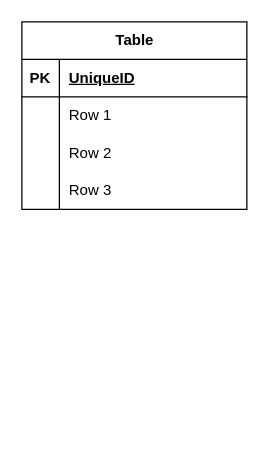
This is docs/library.drawio from jvrss/library_backend, a draw.io file, before an edit. Source tidied: cells renumbered, new cells numbered last; positions are measured from the earlier drawing's top-left corner, leaving out a move shared by most shapes. Both pictures are drawn from the tidied source at 125%, with x=0, y=0 at pixel (21, 21).
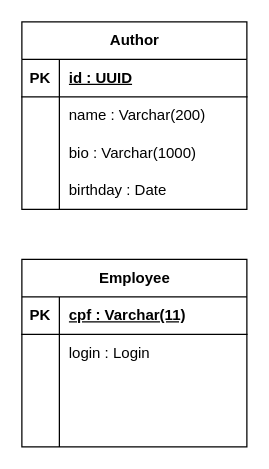
After the change.

The change refers to these unchanged cells:
```xml
<mxCell id="3" style="shape=tableRow;horizontal=0;startSize=0;swimlaneHead=0;swimlaneBody=0;fillColor=none;top=0;left=0;right=0;bottom=1;" parent="2" vertex="1">
  <mxGeometry y="30" width="180" height="30" as="geometry" />
</mxCell>
<mxCell id="6" style="shape=tableRow;horizontal=0;startSize=0;swimlaneHead=0;swimlaneBody=0;fillColor=none;top=0;left=0;right=0;bottom=0;" parent="2" vertex="1">
  <mxGeometry y="60" width="180" height="30" as="geometry" />
</mxCell>
<mxCell id="9" style="shape=tableRow;horizontal=0;startSize=0;swimlaneHead=0;swimlaneBody=0;fillColor=none;top=0;left=0;right=0;bottom=0;" parent="2" vertex="1">
  <mxGeometry y="90" width="180" height="30" as="geometry" />
</mxCell>
<mxCell id="12" style="shape=tableRow;horizontal=0;startSize=0;swimlaneHead=0;swimlaneBody=0;fillColor=none;top=0;left=0;right=0;bottom=0;" parent="2" vertex="1">
  <mxGeometry y="120" width="180" height="30" as="geometry" />
</mxCell>
```

Diff of the diagram source:
```diff
@@
-    <mxCell id="2" value="Table" style="shape=table;startSize=30;childLayout=tableLayout;rowLines=0;fontStyle=1;align=center;html=1;" parent="1" vertex="1">
+    <mxCell id="2" value="Author" style="shape=table;startSize=30;childLayout=tableLayout;rowLines=0;fontStyle=1;align=center;html=1;" parent="1" vertex="1">
       <mxGeometry width="180" height="150" as="geometry" />
     </mxCell>
@@
-    <mxCell id="5" value="UniqueID" style="shape=partialRectangle;fillColor=none;top=0;left=0;bottom=0;right=0;align=left;spacingLeft=6;fontStyle=5;overflow=hidden;whiteSpace=wrap;html=1;" parent="3" vertex="1">
+    <mxCell id="5" value="id : UUID" style="shape=partialRectangle;fillColor=none;top=0;left=0;bottom=0;right=0;align=left;spacingLeft=6;fontStyle=5;overflow=hidden;whiteSpace=wrap;html=1;" parent="3" vertex="1">
       <mxGeometry x="30" width="150" height="30" as="geometry" />
     </mxCell>
@@
-    <mxCell id="8" value="Row 1" style="shape=partialRectangle;fillColor=none;top=0;left=0;bottom=0;right=0;align=left;spacingLeft=6;overflow=hidden;whiteSpace=wrap;html=1;" parent="6" vertex="1">
+    <mxCell id="8" value="name : Varchar(200)" style="shape=partialRectangle;fillColor=none;top=0;left=0;bottom=0;right=0;align=left;spacingLeft=6;overflow=hidden;whiteSpace=wrap;html=1;" parent="6" vertex="1">
       <mxGeometry x="30" width="150" height="30" as="geometry" />
     </mxCell>
@@
-    <mxCell id="11" value="Row 2" style="shape=partialRectangle;fillColor=none;top=0;left=0;bottom=0;right=0;align=left;spacingLeft=6;overflow=hidden;whiteSpace=wrap;html=1;" parent="9" vertex="1">
+    <mxCell id="11" value="bio : Varchar(1000)" style="shape=partialRectangle;fillColor=none;top=0;left=0;bottom=0;right=0;align=left;spacingLeft=6;overflow=hidden;whiteSpace=wrap;html=1;" parent="9" vertex="1">
       <mxGeometry x="30" width="150" height="30" as="geometry" />
     </mxCell>
@@
-    <mxCell id="14" value="Row 3" style="shape=partialRectangle;fillColor=none;top=0;left=0;bottom=0;right=0;align=left;spacingLeft=6;overflow=hidden;whiteSpace=wrap;html=1;" parent="12" vertex="1">
+    <mxCell id="14" value="birthday : Date" style="shape=partialRectangle;fillColor=none;top=0;left=0;bottom=0;right=0;align=left;spacingLeft=6;overflow=hidden;whiteSpace=wrap;html=1;" parent="12" vertex="1">
       <mxGeometry x="30" width="150" height="30" as="geometry" />
     </mxCell>
+    <mxCell id="15" value="Employee" style="shape=table;startSize=30;childLayout=tableLayout;rowLines=0;fontStyle=1;align=center;html=1;" parent="1" vertex="1">
+      <mxGeometry y="190" width="180" height="150" as="geometry" />
+    </mxCell>
+    <mxCell id="16" style="shape=tableRow;horizontal=0;startSize=0;swimlaneHead=0;swimlaneBody=0;fillColor=none;top=0;left=0;right=0;bottom=1;" parent="15" vertex="1">
+      <mxGeometry y="30" width="180" height="30" as="geometry" />
+    </mxCell>
+    <mxCell id="17" value="PK" style="shape=partialRectangle;fillColor=none;top=0;left=0;bottom=0;right=0;fontStyle=1;overflow=hidden;whiteSpace=wrap;html=1;" parent="16" vertex="1">
+      <mxGeometry width="30" height="30" as="geometry" />
+    </mxCell>
+    <mxCell id="18" value="cpf : Varchar(11)" style="shape=partialRectangle;fillColor=none;top=0;left=0;bottom=0;right=0;align=left;spacingLeft=6;fontStyle=5;overflow=hidden;whiteSpace=wrap;html=1;" parent="16" vertex="1">
+      <mxGeometry x="30" width="150" height="30" as="geometry" />
+    </mxCell>
+    <mxCell id="19" style="shape=tableRow;horizontal=0;startSize=0;swimlaneHead=0;swimlaneBody=0;fillColor=none;top=0;left=0;right=0;bottom=0;" parent="15" vertex="1">
+      <mxGeometry y="60" width="180" height="30" as="geometry" />
+    </mxCell>
+    <mxCell id="20" style="shape=partialRectangle;fillColor=none;top=0;left=0;bottom=0;right=0;overflow=hidden;whiteSpace=wrap;html=1;" parent="19" vertex="1">
+      <mxGeometry width="30" height="30" as="geometry" />
+    </mxCell>
+    <mxCell id="21" value="login : Login" style="shape=partialRectangle;fillColor=none;top=0;left=0;bottom=0;right=0;align=left;spacingLeft=6;overflow=hidden;whiteSpace=wrap;html=1;" parent="19" vertex="1">
+      <mxGeometry x="30" width="150" height="30" as="geometry" />
+    </mxCell>
+    <mxCell id="22" style="shape=tableRow;horizontal=0;startSize=0;swimlaneHead=0;swimlaneBody=0;fillColor=none;top=0;left=0;right=0;bottom=0;" parent="15" vertex="1">
+      <mxGeometry y="90" width="180" height="30" as="geometry" />
+    </mxCell>
+    <mxCell id="23" style="shape=partialRectangle;fillColor=none;top=0;left=0;bottom=0;right=0;overflow=hidden;whiteSpace=wrap;html=1;" parent="22" vertex="1">
+      <mxGeometry width="30" height="30" as="geometry" />
+    </mxCell>
+    <mxCell id="24" style="shape=partialRectangle;fillColor=none;top=0;left=0;bottom=0;right=0;align=left;spacingLeft=6;overflow=hidden;whiteSpace=wrap;html=1;" parent="22" vertex="1">
+      <mxGeometry x="30" width="150" height="30" as="geometry" />
+    </mxCell>
+    <mxCell id="25" style="shape=tableRow;horizontal=0;startSize=0;swimlaneHead=0;swimlaneBody=0;fillColor=none;top=0;left=0;right=0;bottom=0;" parent="15" vertex="1">
+      <mxGeometry y="120" width="180" height="30" as="geometry" />
+    </mxCell>
+    <mxCell id="26" style="shape=partialRectangle;fillColor=none;top=0;left=0;bottom=0;right=0;overflow=hidden;whiteSpace=wrap;html=1;" parent="25" vertex="1">
+      <mxGeometry width="30" height="30" as="geometry" />
+    </mxCell>
+    <mxCell id="27" style="shape=partialRectangle;fillColor=none;top=0;left=0;bottom=0;right=0;align=left;spacingLeft=6;overflow=hidden;whiteSpace=wrap;html=1;" parent="25" vertex="1">
+      <mxGeometry x="30" width="150" height="30" as="geometry" />
+    </mxCell>
```
